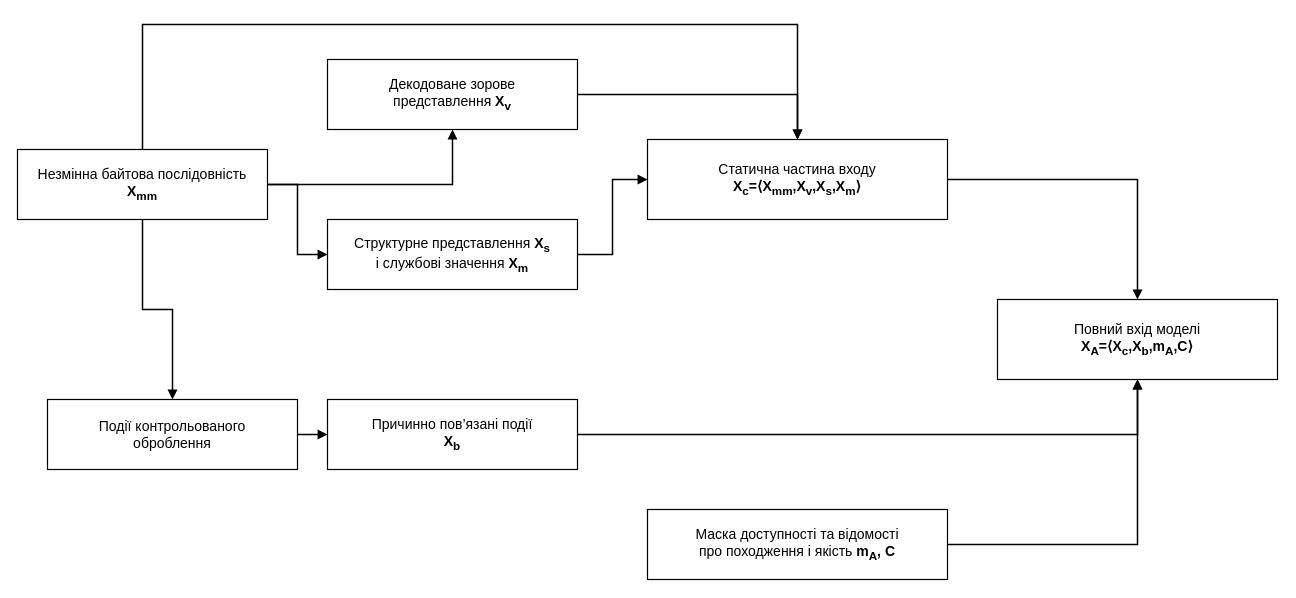
Before: title/figures_drawio/fig_2_2_multilevel_container.drawio in oleksandrmelnychenko/dima-phd, a draw.io diagram. Source tidied: cells renumbered, new cells numbered last; positions are measured from the earlier drawing's top-left corner, leaving out a move shared by most shapes. Both pictures are drawn from the tidied source at 100%, with x=0, y=0 at pixel (17, 24).
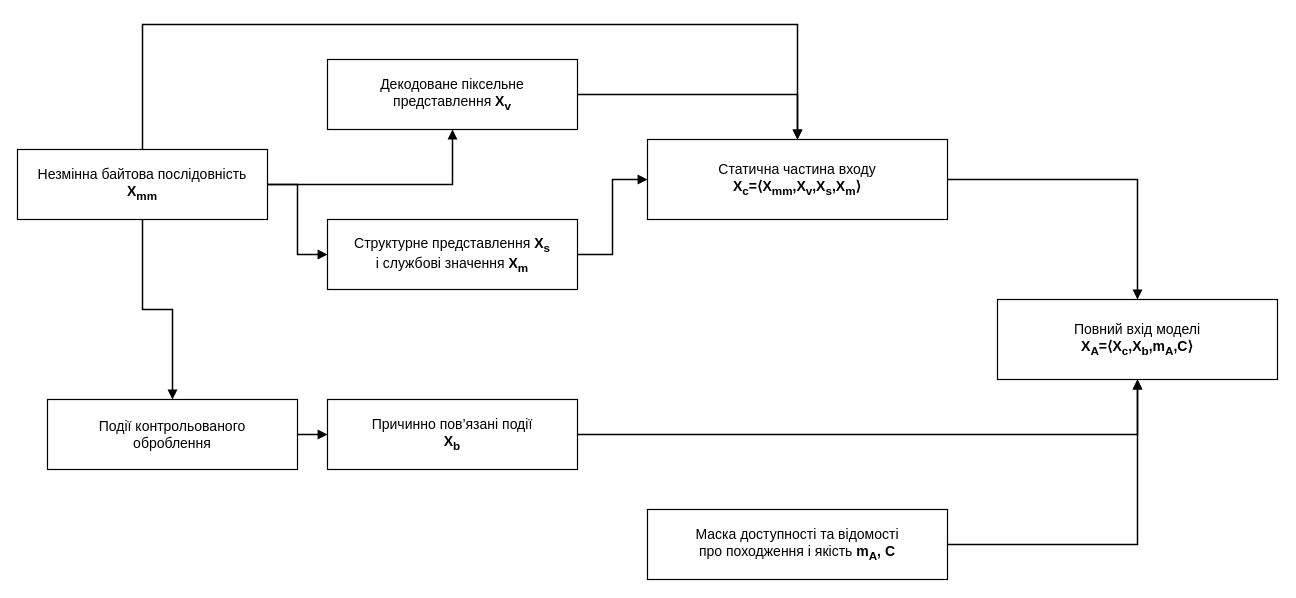
Above is the later version.

Change to the diagram source:
```diff
@@
-    <mxCell id="3" value="Декодоване зорове&lt;br&gt;представлення &lt;b&gt;X&lt;sub&gt;v&lt;/sub&gt;&lt;/b&gt;" style="rounded=0;whiteSpace=wrap;html=1;fillColor=#ffffff;strokeColor=#000000;strokeWidth=1.2;fontColor=#000000;fontSize=14;align=center;verticalAlign=middle;spacing=8;" parent="1" vertex="1">
+    <mxCell id="3" value="Декодоване піксельне&lt;br&gt;представлення &lt;b&gt;X&lt;sub&gt;v&lt;/sub&gt;&lt;/b&gt;" style="rounded=0;whiteSpace=wrap;html=1;fillColor=#ffffff;strokeColor=#000000;strokeWidth=1.2;fontColor=#000000;fontSize=14;align=center;verticalAlign=middle;spacing=8;" parent="1" vertex="1">
       <mxGeometry x="310" y="35" width="250" height="70" as="geometry" />
     </mxCell>
```
